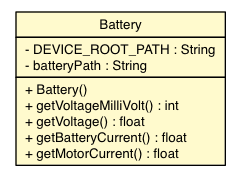
Before: docs/api/ev3dev/hardware/Battery.png, a diagram exported from Graphviz (DMyTryC/ev3dev-lang-java). Its source is kept beside it as docs/api/ev3dev/hardware/Battery.dot. Its diagram source:
```dot

digraph G {
	edge [fontname="Helvetica",fontsize=10,labelfontname="Helvetica",labelfontsize=10];
	node [fontname="Helvetica",fontsize=10,shape=plaintext];
	nodesep=0.25;
	ranksep=0.5;
	c992 [label=<<table title="ev3dev.hardware.Battery" border="0" cellborder="1" cellspacing="0" cellpadding="2" port="p" bgcolor="lemonChiffon" href="./Battery.html">
		<tr><td><table border="0" cellspacing="0" cellpadding="1">
<tr><td align="center" balign="center"> Battery </td></tr>
		</table></td></tr>
		<tr><td><table border="0" cellspacing="0" cellpadding="1">
<tr><td align="left" balign="left"> - DEVICE_ROOT_PATH : String </td></tr>
<tr><td align="left" balign="left"> - batteryPath : String </td></tr>
		</table></td></tr>
		<tr><td><table border="0" cellspacing="0" cellpadding="1">
<tr><td align="left" balign="left"> + Battery() </td></tr>
<tr><td align="left" balign="left"> + getVoltageMilliVolt() : int </td></tr>
<tr><td align="left" balign="left"> + getVoltage() : float </td></tr>
<tr><td align="left" balign="left"> + getBatteryCurrent() : float </td></tr>
<tr><td align="left" balign="left"> + getMotorCurrent() : float </td></tr>
		</table></td></tr>
		</table>>, URL="./Battery.html", fontname="Helvetica", fontcolor="black", fontsize=10.0];
}
```
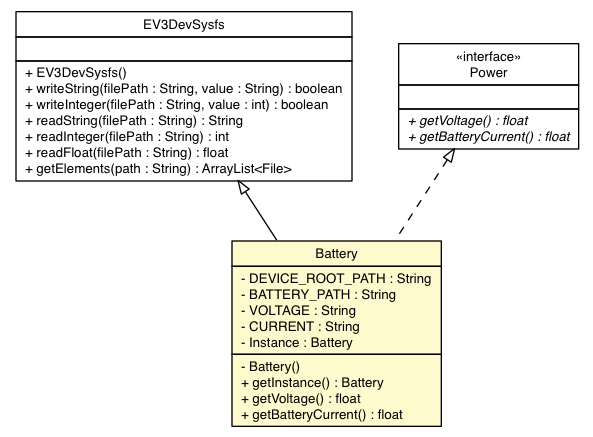
The same diagram one commit later.

Change to the diagram source:
```diff
@@ -4,20 +4,54 @@
 	node [fontname="Helvetica",fontsize=10,shape=plaintext];
 	nodesep=0.25;
 	ranksep=0.5;
-	c992 [label=<<table title="ev3dev.hardware.Battery" border="0" cellborder="1" cellspacing="0" cellpadding="2" port="p" bgcolor="lemonChiffon" href="./Battery.html">
+	c1394 [label=<<table title="ev3dev.hardware.Battery" border="0" cellborder="1" cellspacing="0" cellpadding="2" port="p" bgcolor="lemonChiffon" href="./Battery.html">
 		<tr><td><table border="0" cellspacing="0" cellpadding="1">
 <tr><td align="center" balign="center"> Battery </td></tr>
 		</table></td></tr>
 		<tr><td><table border="0" cellspacing="0" cellpadding="1">
 <tr><td align="left" balign="left"> - DEVICE_ROOT_PATH : String </td></tr>
-<tr><td align="left" balign="left"> - batteryPath : String </td></tr>
+<tr><td align="left" balign="left"> - BATTERY_PATH : String </td></tr>
+<tr><td align="left" balign="left"> - VOLTAGE : String </td></tr>
+<tr><td align="left" balign="left"> - CURRENT : String </td></tr>
+<tr><td align="left" balign="left"> - Instance : Battery </td></tr>
 		</table></td></tr>
 		<tr><td><table border="0" cellspacing="0" cellpadding="1">
-<tr><td align="left" balign="left"> + Battery() </td></tr>
-<tr><td align="left" balign="left"> + getVoltageMilliVolt() : int </td></tr>
+<tr><td align="left" balign="left"> - Battery() </td></tr>
+<tr><td align="left" balign="left"> + getInstance() : Battery </td></tr>
 <tr><td align="left" balign="left"> + getVoltage() : float </td></tr>
 <tr><td align="left" balign="left"> + getBatteryCurrent() : float </td></tr>
-<tr><td align="left" balign="left"> + getMotorCurrent() : float </td></tr>
 		</table></td></tr>
 		</table>>, URL="./Battery.html", fontname="Helvetica", fontcolor="black", fontsize=10.0];
+	c1398 [label=<<table title="ev3dev.hardware.EV3DevSysfs" border="0" cellborder="1" cellspacing="0" cellpadding="2" port="p" href="./EV3DevSysfs.html">
+		<tr><td><table border="0" cellspacing="0" cellpadding="1">
+<tr><td align="center" balign="center"> EV3DevSysfs </td></tr>
+		</table></td></tr>
+		<tr><td><table border="0" cellspacing="0" cellpadding="1">
+<tr><td align="left" balign="left">  </td></tr>
+		</table></td></tr>
+		<tr><td><table border="0" cellspacing="0" cellpadding="1">
+<tr><td align="left" balign="left"> + EV3DevSysfs() </td></tr>
+<tr><td align="left" balign="left"> + writeString(filePath : String, value : String) : boolean </td></tr>
+<tr><td align="left" balign="left"> + writeInteger(filePath : String, value : int) : boolean </td></tr>
+<tr><td align="left" balign="left"> + readString(filePath : String) : String </td></tr>
+<tr><td align="left" balign="left"> + readInteger(filePath : String) : int </td></tr>
+<tr><td align="left" balign="left"> + readFloat(filePath : String) : float </td></tr>
+<tr><td align="left" balign="left"> + getElements(path : String) : ArrayList&lt;File&gt; </td></tr>
+		</table></td></tr>
+		</table>>, URL="./EV3DevSysfs.html", fontname="Helvetica", fontcolor="black", fontsize=10.0];
+	c1399 [label=<<table title="ev3dev.hardware.Power" border="0" cellborder="1" cellspacing="0" cellpadding="2" port="p" href="./Power.html">
+		<tr><td><table border="0" cellspacing="0" cellpadding="1">
+<tr><td align="center" balign="center"> &#171;interface&#187; </td></tr>
+<tr><td align="center" balign="center"> Power </td></tr>
+		</table></td></tr>
+		<tr><td><table border="0" cellspacing="0" cellpadding="1">
+<tr><td align="left" balign="left">  </td></tr>
+		</table></td></tr>
+		<tr><td><table border="0" cellspacing="0" cellpadding="1">
+<tr><td align="left" balign="left"><font face="Helvetica-Oblique" point-size="10.0"> + getVoltage() : float </font></td></tr>
+<tr><td align="left" balign="left"><font face="Helvetica-Oblique" point-size="10.0"> + getBatteryCurrent() : float </font></td></tr>
+		</table></td></tr>
+		</table>>, URL="./Power.html", fontname="Helvetica", fontcolor="black", fontsize=10.0];
+	c1398:p -> c1394:p [dir=back,arrowtail=empty];
+	c1399:p -> c1394:p [dir=back,arrowtail=empty,style=dashed];
 }
```
